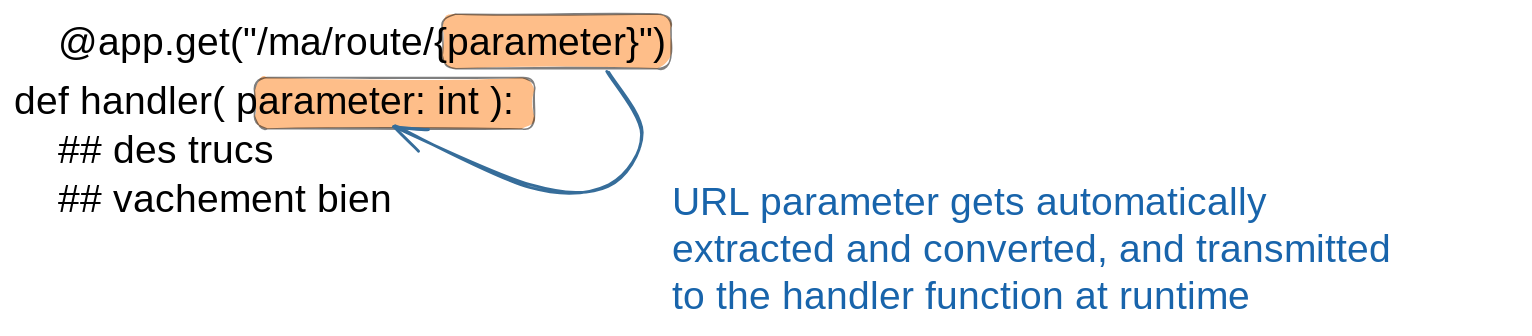
The Excalidraw diagram notebooks/media/fastapi-route-param.excalidraw.svg in ue22-p25/backend, before a commit. Source tidied: one line per element, renumbered; positions are measured from the earlier drawing's top-left corner, leaving out a move shared by most shapes.
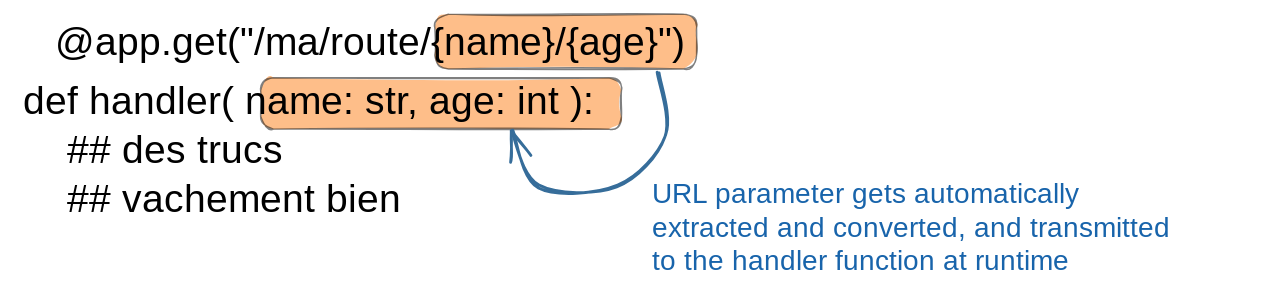
After the change.

Commit message:
iterating on fastapi + a couple fixes around - up to 303

Diff of the diagram source:
```diff
@@ -1,6 +1,6 @@
-{"id": 0, "type": "rectangle", "strokeColor": "#000000", "backgroundColor": "#fd7e14", "fillStyle": "solid", "strokeWidth": 1, "roughness": 1, "opacity": 50, "round": true, "x": 172, "y": 45, "width": 200, "height": 37}
+{"id": 0, "type": "rectangle", "strokeColor": "#000000", "backgroundColor": "#fd7e14", "fillStyle": "solid", "strokeWidth": 1, "roughness": 1, "opacity": 50, "round": true, "x": 170, "y": 45, "width": 258, "height": 37}
-{"id": 1, "type": "rectangle", "strokeColor": "#000000", "backgroundColor": "#fd7e14", "fillStyle": "solid", "strokeWidth": 1, "roughness": 1, "opacity": 50, "round": true, "x": 306, "y": 0, "width": 164, "height": 39}
+{"id": 1, "type": "rectangle", "strokeColor": "#000000", "backgroundColor": "#fd7e14", "fillStyle": "solid", "strokeWidth": 1, "roughness": 1, "opacity": 50, "round": true, "x": 294, "y": 0, "width": 187, "height": 39}
-{"id": 2, "type": "text", "text": "@app.get(\"/ma/route/{parameter}\")", "strokeColor": "#000000", "backgroundColor": "#fd7e14", "fillStyle": "solid", "strokeWidth": 4, "roughness": 1, "fontSize": 28, "fontFamily": 5, "textAlign": "center", "x": 5, "y": 4, "width": 486, "height": 35}
+{"id": 2, "type": "text", "text": "@app.get(\"/ma/route/{name}/{age}\")", "strokeColor": "#000000", "backgroundColor": "#fd7e14", "fillStyle": "solid", "strokeWidth": 4, "roughness": 1, "fontSize": 28, "fontFamily": 5, "textAlign": "center", "x": -6, "y": 5, "width": 509, "height": 35}
-{"id": 3, "type": "text", "text": "def handler( parameter: int ):\n    ## des trucs\n    ## vachement bien ", "strokeColor": "#000000", "backgroundColor": "#fd7e14", "fillStyle": "solid", "strokeWidth": 4, "roughness": 1, "fontSize": 28, "fontFamily": 5, "x": 0, "y": 47, "width": 396, "height": 105}
+{"id": 3, "type": "text", "text": "def handler( name: str, age: int ):\n    ## des trucs\n    ## vachement bien ", "strokeColor": "#000000", "backgroundColor": "#fd7e14", "fillStyle": "solid", "strokeWidth": 4, "roughness": 1, "fontSize": 28, "fontFamily": 5, "x": 0, "y": 47, "width": 451, "height": 105}
-{"id": 4, "type": "text", "text": "URL parameter gets automatically\nextracted and converted, and transmitted \nto the handler function at runtime ", "strokeColor": "#1864ab", "backgroundColor": "#fd7e14", "fillStyle": "solid", "strokeWidth": 1, "roughness": 1, "fontSize": 28, "fontFamily": 1, "x": 470, "y": 119, "width": 605, "height": 101}
+{"id": 4, "type": "text", "text": "URL parameter gets automatically\nextracted and converted, and transmitted \nto the handler function at runtime ", "strokeColor": "#1864ab", "backgroundColor": "#fd7e14", "fillStyle": "solid", "strokeWidth": 1, "roughness": 1, "fontSize": 20, "fontFamily": 1, "x": 449, "y": 118, "width": 432, "height": 72}
-{"id": 5, "type": "arrow", "strokeColor": "#366d9a", "backgroundColor": "#fd7e14", "fillStyle": "solid", "strokeWidth": 2, "roughness": 1, "endArrowhead": "arrow", "round": true, "from": 2, "to": 3, "x": 425, "y": 41, "width": 177, "height": 82, "points": [[0, 0], [23, 44], [0, 81], [-57, 82], [-153, 39]]}
+{"id": 5, "type": "arrow", "strokeColor": "#366d9a", "backgroundColor": "#fd7e14", "fillStyle": "solid", "strokeWidth": 2, "roughness": 1, "endArrowhead": "arrow", "round": true, "from": 3, "to": 3, "x": 455, "y": 41, "width": 109, "height": 82, "points": [[0, 0], [4, 45], [-30, 81], [-86, 82], [-105, 41]]}
```
